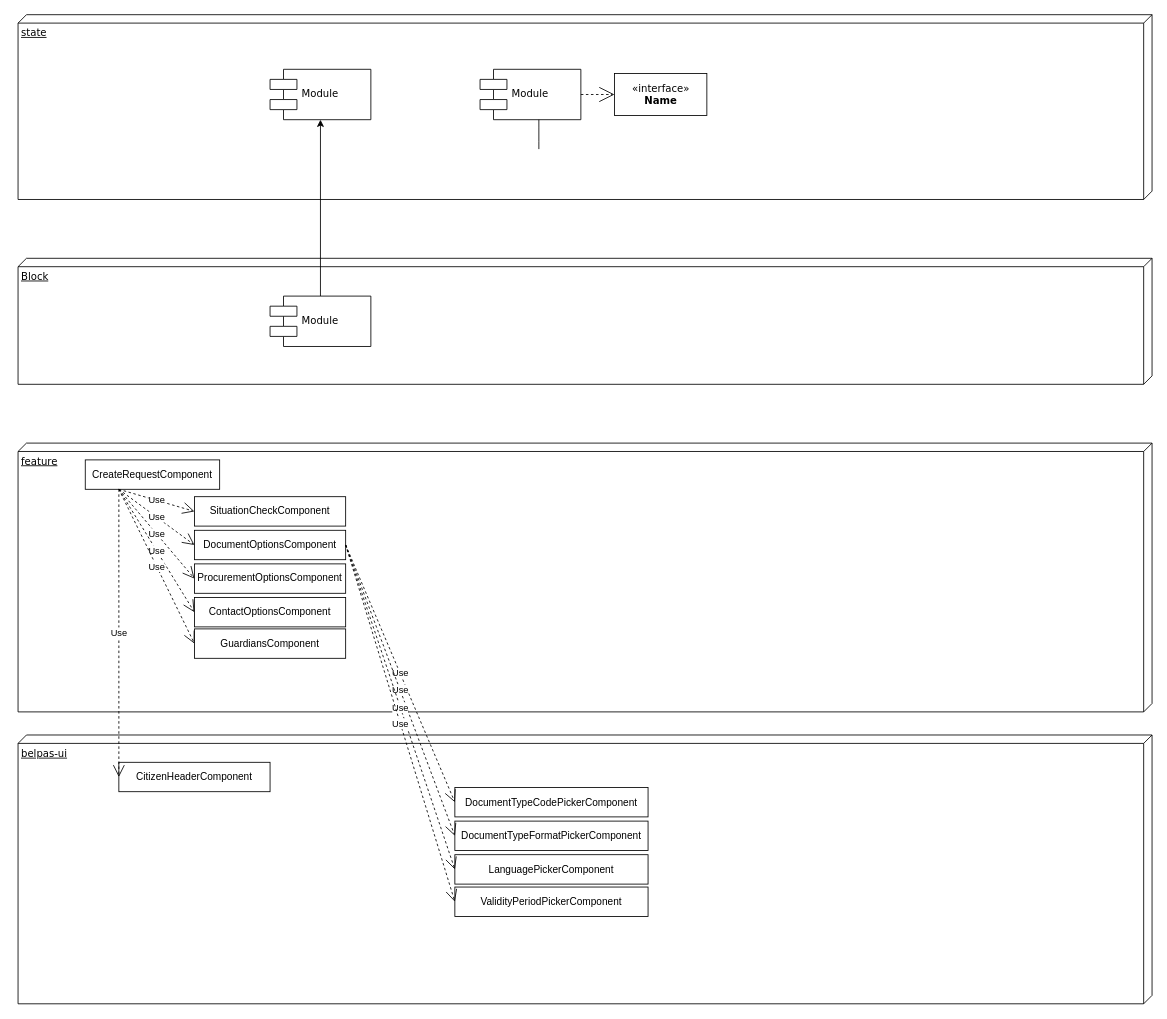
Before: Untitled Diagram.drawio in JohanHeyvaert/testrepo, a draw.io diagram. Source tidied: cells renumbered, new cells numbered last; positions are measured from the earlier drawing's top-left corner, leaving out a move shared by most shapes. Both pictures are drawn from the tidied source at 84%, with x=0, y=0 at pixel (18, 14).
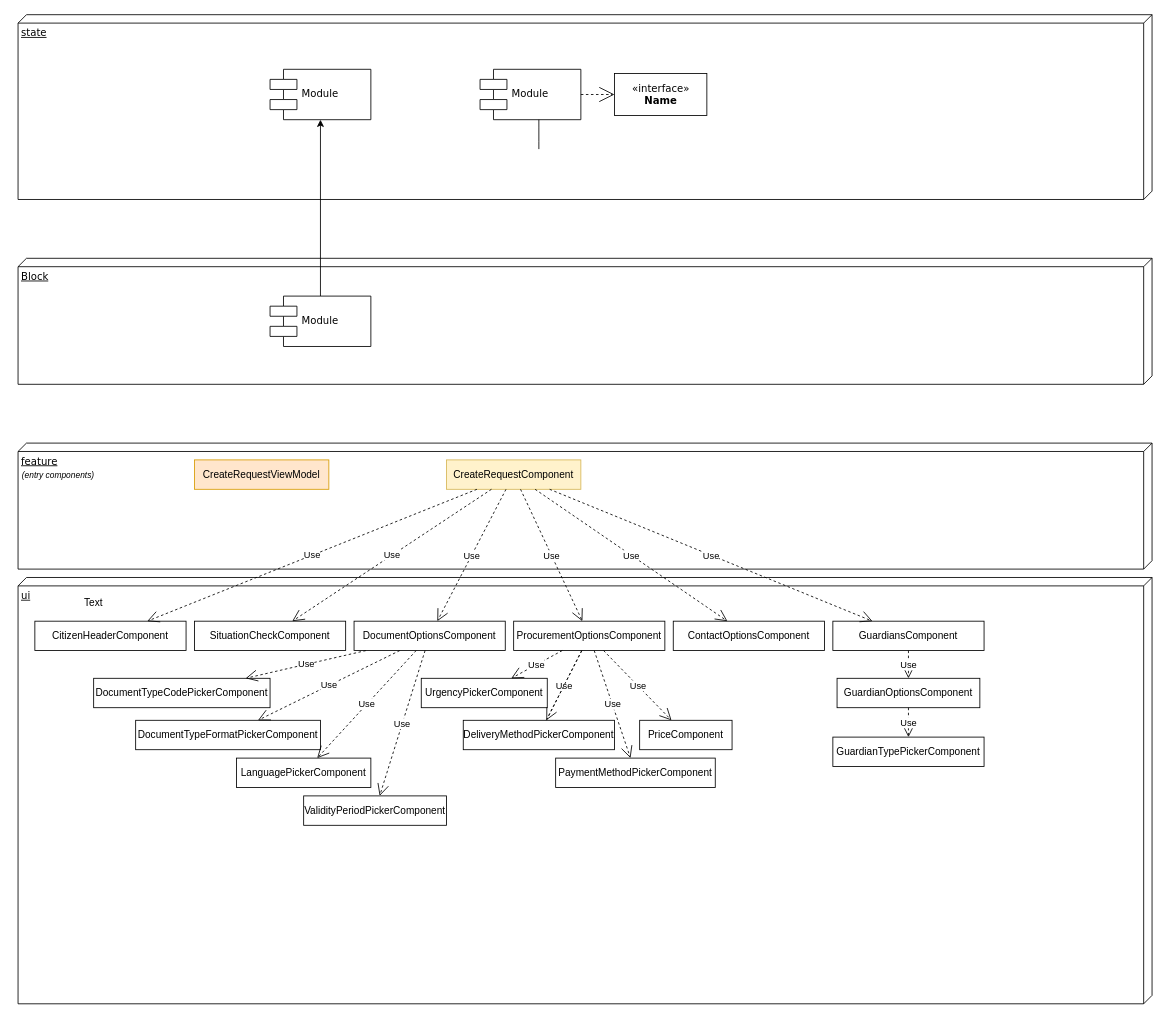
The same page after the edit.

What changed in the source:
```diff
@@
-    <mxCell id="2" value="belpas-ui" style="verticalAlign=top;align=left;spacingTop=8;spacingLeft=2;spacingRight=12;shape=cube;size=10;direction=south;fontStyle=4;html=1;shadow=0;comic=0;labelBackgroundColor=none;strokeWidth=1;fontFamily=Verdana;fontSize=12;" parent="1" vertex="1">
-      <mxGeometry y="857.5" width="1350" height="320" as="geometry" />
+    <mxCell id="2" value="ui" style="verticalAlign=top;align=left;spacingTop=8;spacingLeft=2;spacingRight=12;shape=cube;size=10;direction=south;fontStyle=4;html=1;shadow=0;comic=0;labelBackgroundColor=none;strokeWidth=1;fontFamily=Verdana;fontSize=12;" parent="1" vertex="1">
+      <mxGeometry y="670" width="1350" height="507.5" as="geometry" />
     </mxCell>
@@
     <mxCell id="4" value="feature" style="verticalAlign=top;align=left;spacingTop=8;spacingLeft=2;spacingRight=12;shape=cube;size=10;direction=south;fontStyle=4;html=1;shadow=0;comic=0;labelBackgroundColor=none;strokeWidth=1;fontFamily=Verdana;fontSize=12;" parent="1" vertex="1">
-      <mxGeometry y="510" width="1350" height="320" as="geometry" />
+      <mxGeometry y="510" width="1350" height="150" as="geometry" />
     </mxCell>
@@
-    <mxCell id="13" value="CreateRequestComponent" style="rounded=0;whiteSpace=wrap;html=1;sketch=0;" parent="1" vertex="1">
-      <mxGeometry x="80" y="530" width="160" height="35" as="geometry" />
+    <mxCell id="13" value="CreateRequestComponent" style="rounded=0;whiteSpace=wrap;html=1;sketch=0;fillColor=#fff2cc;strokeColor=#d6b656;" parent="1" vertex="1">
+      <mxGeometry x="510" y="530" width="160" height="35" as="geometry" />
     </mxCell>
     <mxCell id="14" value="DocumentOptionsComponent" style="rounded=0;whiteSpace=wrap;html=1;sketch=0;" parent="1" vertex="1">
-      <mxGeometry x="210" y="613.8" width="180" height="35" as="geometry" />
+      <mxGeometry x="400" y="722" width="180" height="35" as="geometry" />
     </mxCell>
     <mxCell id="15" value="SituationCheckComponent" style="rounded=0;whiteSpace=wrap;html=1;sketch=0;" parent="1" vertex="1">
-      <mxGeometry x="210" y="573.8" width="180" height="35" as="geometry" />
+      <mxGeometry x="210" y="722" width="180" height="35" as="geometry" />
     </mxCell>
-    <mxCell id="16" value="Use" style="endArrow=open;endSize=12;dashed=1;html=1;entryX=0;entryY=0.5;entryDx=0;entryDy=0;exitX=0.25;exitY=1;exitDx=0;exitDy=0;" parent="1" edge="1" source="13" target="15">
+    <mxCell id="16" value="Use" style="endArrow=open;endSize=12;dashed=1;html=1;" parent="1" edge="1" source="13" target="15">
       <mxGeometry relative="1" as="geometry" />
     </mxCell>
-    <mxCell id="17" value="Use" style="endArrow=open;endSize=12;dashed=1;html=1;entryX=0;entryY=0.5;entryDx=0;entryDy=0;exitX=0.25;exitY=1;exitDx=0;exitDy=0;" parent="1" edge="1" source="13" target="14">
+    <mxCell id="17" value="Use" style="endArrow=open;endSize=12;dashed=1;html=1;" parent="1" edge="1" source="13" target="14">
       <mxGeometry relative="1" as="geometry" />
     </mxCell>
     <mxCell id="18" value="ProcurementOptionsComponent" style="rounded=0;whiteSpace=wrap;html=1;sketch=0;" parent="1" vertex="1">
-      <mxGeometry x="210" y="653.8" width="180" height="35" as="geometry" />
+      <mxGeometry x="590" y="722" width="180" height="35" as="geometry" />
     </mxCell>
-    <mxCell id="19" value="Use" style="endArrow=open;endSize=12;dashed=1;html=1;entryX=0;entryY=0.5;entryDx=0;entryDy=0;exitX=0.25;exitY=1;exitDx=0;exitDy=0;" parent="1" edge="1" source="13" target="18">
+    <mxCell id="19" value="Use" style="endArrow=open;endSize=12;dashed=1;html=1;" parent="1" edge="1" source="13" target="18">
       <mxGeometry relative="1" as="geometry" />
     </mxCell>
     <mxCell id="20" value="CitizenHeaderComponent" style="rounded=0;whiteSpace=wrap;html=1;sketch=0;" parent="1" vertex="1">
-      <mxGeometry x="120" y="890" width="180" height="35" as="geometry" />
+      <mxGeometry x="20" y="722" width="180" height="35" as="geometry" />
     </mxCell>
-    <mxCell id="21" value="Use" style="endArrow=open;endSize=12;dashed=1;html=1;entryX=0;entryY=0.5;entryDx=0;entryDy=0;exitX=0.25;exitY=1;exitDx=0;exitDy=0;" parent="1" edge="1" source="13" target="20">
+    <mxCell id="21" value="Use" style="endArrow=open;endSize=12;dashed=1;html=1;" parent="1" edge="1" source="13" target="20">
       <mxGeometry relative="1" as="geometry" />
     </mxCell>
     <mxCell id="22" value="ContactOptionsComponent" style="rounded=0;whiteSpace=wrap;html=1;sketch=0;" parent="1" vertex="1">
-      <mxGeometry x="210" y="693.8" width="180" height="35" as="geometry" />
+      <mxGeometry x="780" y="722" width="180" height="35" as="geometry" />
     </mxCell>
-    <mxCell id="23" value="Use" style="endArrow=open;endSize=12;dashed=1;html=1;entryX=0;entryY=0.5;entryDx=0;entryDy=0;exitX=0.25;exitY=1;exitDx=0;exitDy=0;" parent="1" edge="1" source="13" target="22">
+    <mxCell id="23" value="Use" style="endArrow=open;endSize=12;dashed=1;html=1;" parent="1" edge="1" source="13" target="22">
       <mxGeometry relative="1" as="geometry" />
     </mxCell>
     <mxCell id="24" value="GuardiansComponent" style="rounded=0;whiteSpace=wrap;html=1;sketch=0;" parent="1" vertex="1">
-      <mxGeometry x="210" y="731.2" width="180" height="35" as="geometry" />
+      <mxGeometry x="970" y="722" width="180" height="35" as="geometry" />
     </mxCell>
     <mxCell id="25" value="DocumentTypeCodePickerComponent" style="rounded=0;whiteSpace=wrap;html=1;sketch=0;" parent="1" vertex="1">
-      <mxGeometry x="520" y="920" width="230" height="35" as="geometry" />
+      <mxGeometry x="90" y="790" width="210" height="35" as="geometry" />
     </mxCell>
     <mxCell id="26" value="DocumentTypeFormatPickerComponent" style="rounded=0;whiteSpace=wrap;html=1;sketch=0;" parent="1" vertex="1">
-      <mxGeometry x="520" y="960" width="230" height="35" as="geometry" />
+      <mxGeometry x="140" y="840" width="220" height="35" as="geometry" />
     </mxCell>
     <mxCell id="27" value="LanguagePickerComponent" style="rounded=0;whiteSpace=wrap;html=1;sketch=0;" parent="1" vertex="1">
-      <mxGeometry x="520" y="1000" width="230" height="35" as="geometry" />
+      <mxGeometry x="260" y="885" width="160" height="35" as="geometry" />
     </mxCell>
     <mxCell id="28" value="ValidityPeriodPickerComponent" style="rounded=0;whiteSpace=wrap;html=1;sketch=0;" parent="1" vertex="1">
-      <mxGeometry x="520" y="1038.5" width="230" height="35" as="geometry" />
+      <mxGeometry x="340" y="930" width="170" height="35" as="geometry" />
     </mxCell>
-    <mxCell id="29" value="Use" style="endArrow=open;endSize=12;dashed=1;html=1;entryX=0;entryY=0.5;entryDx=0;entryDy=0;exitX=1;exitY=0.5;exitDx=0;exitDy=0;" parent="1" edge="1" source="14" target="25">
+    <mxCell id="29" value="Use" style="endArrow=open;endSize=12;dashed=1;html=1;" parent="1" edge="1" source="14" target="25">
       <mxGeometry relative="1" as="geometry" />
     </mxCell>
-    <mxCell id="30" value="Use" style="endArrow=open;endSize=12;dashed=1;html=1;entryX=0;entryY=0.5;entryDx=0;entryDy=0;exitX=1;exitY=0.5;exitDx=0;exitDy=0;" parent="1" edge="1" source="14" target="26">
+    <mxCell id="30" value="Use" style="endArrow=open;endSize=12;dashed=1;html=1;" parent="1" edge="1" source="14" target="26">
       <mxGeometry relative="1" as="geometry" />
     </mxCell>
-    <mxCell id="31" value="Use" style="endArrow=open;endSize=12;dashed=1;html=1;entryX=0;entryY=0.5;entryDx=0;entryDy=0;exitX=1;exitY=0.5;exitDx=0;exitDy=0;" parent="1" edge="1" source="14" target="27">
+    <mxCell id="31" value="Use" style="endArrow=open;endSize=12;dashed=1;html=1;" parent="1" edge="1" source="14" target="27">
       <mxGeometry relative="1" as="geometry" />
     </mxCell>
-    <mxCell id="32" value="Use" style="endArrow=open;endSize=12;dashed=1;html=1;entryX=0;entryY=0.5;entryDx=0;entryDy=0;exitX=1;exitY=0.5;exitDx=0;exitDy=0;" parent="1" edge="1" source="14" target="28">
+    <mxCell id="32" value="Use" style="endArrow=open;endSize=12;dashed=1;html=1;" parent="1" edge="1" source="14" target="28">
       <mxGeometry relative="1" as="geometry" />
     </mxCell>
-    <mxCell id="33" value="Use" style="endArrow=open;endSize=12;dashed=1;html=1;entryX=0;entryY=0.5;entryDx=0;entryDy=0;exitX=0.25;exitY=1;exitDx=0;exitDy=0;" parent="1" edge="1" source="13" target="24">
+    <mxCell id="33" value="Use" style="endArrow=open;endSize=12;dashed=1;html=1;" parent="1" edge="1" source="13" target="24">
       <mxGeometry relative="1" as="geometry" />
     </mxCell>
+    <mxCell id="34" value="UrgencyPickerComponent" style="rounded=0;whiteSpace=wrap;html=1;sketch=0;" parent="1" vertex="1">
+      <mxGeometry x="480" y="790" width="150" height="35" as="geometry" />
+    </mxCell>
+    <mxCell id="35" value="PaymentMethodPickerComponent" style="rounded=0;whiteSpace=wrap;html=1;sketch=0;" parent="1" vertex="1">
+      <mxGeometry x="640" y="885" width="190" height="35" as="geometry" />
+    </mxCell>
+    <mxCell id="36" value="PriceComponent" style="rounded=0;whiteSpace=wrap;html=1;sketch=0;" parent="1" vertex="1">
+      <mxGeometry x="740" y="840" width="110" height="35" as="geometry" />
+    </mxCell>
+    <mxCell id="37" value="Use" style="endArrow=open;endSize=12;dashed=1;html=1;" parent="1" edge="1" source="18" target="36">
+      <mxGeometry relative="1" as="geometry" />
+    </mxCell>
+    <mxCell id="38" value="Use" style="endArrow=open;endSize=12;dashed=1;html=1;startArrow=none;" parent="1" edge="1" source="18" target="35">
+      <mxGeometry relative="1" as="geometry" />
+    </mxCell>
+    <mxCell id="39" value="Use" style="endArrow=open;endSize=12;dashed=1;html=1;" parent="1" edge="1" source="18" target="46">
+      <mxGeometry relative="1" as="geometry" />
+    </mxCell>
+    <mxCell id="40" value="Use" style="endArrow=open;endSize=12;dashed=1;html=1;" parent="1" edge="1" source="18" target="34">
+      <mxGeometry relative="1" as="geometry" />
+    </mxCell>
+    <mxCell id="41" value="GuardianOptionsComponent" style="rounded=0;whiteSpace=wrap;html=1;sketch=0;" parent="1" vertex="1">
+      <mxGeometry x="975" y="790" width="170" height="35" as="geometry" />
+    </mxCell>
+    <mxCell id="42" value="Use" style="endArrow=open;endSize=12;dashed=1;html=1;" parent="1" edge="1" source="24" target="41">
+      <mxGeometry relative="1" as="geometry" />
+    </mxCell>
+    <mxCell id="43" value="Text" style="text;html=1;strokeColor=none;fillColor=none;align=center;verticalAlign=middle;whiteSpace=wrap;rounded=0;sketch=0;" parent="1" vertex="1">
+      <mxGeometry x="70" y="690" width="40" height="20" as="geometry" />
+    </mxCell>
+    <mxCell id="44" value="(entry components)" style="text;html=1;strokeColor=none;fillColor=none;align=center;verticalAlign=middle;whiteSpace=wrap;rounded=0;sketch=0;fontStyle=2;fontSize=10;" parent="1" vertex="1">
+      <mxGeometry x="-4" y="537.5" width="104" height="20" as="geometry" />
+    </mxCell>
+    <mxCell id="45" value="CreateRequestViewModel" style="rounded=0;whiteSpace=wrap;html=1;sketch=0;fillColor=#ffe6cc;strokeColor=#d79b00;" parent="1" vertex="1">
+      <mxGeometry x="210" y="530" width="160" height="35" as="geometry" />
+    </mxCell>
+    <mxCell id="46" value="DeliveryMethodPickerComponent" style="rounded=0;whiteSpace=wrap;html=1;sketch=0;" parent="1" vertex="1">
+      <mxGeometry x="530" y="840" width="180" height="35" as="geometry" />
+    </mxCell>
+    <mxCell id="47" style="endArrow=none;endSize=12;dashed=1;html=1;" parent="1" edge="1" source="18" target="46">
+      <mxGeometry relative="1" as="geometry" />
+    </mxCell>
+    <mxCell id="48" value="GuardianTypePickerComponent" style="rounded=0;whiteSpace=wrap;html=1;sketch=0;" parent="1" vertex="1">
+      <mxGeometry x="970" y="860" width="180" height="35" as="geometry" />
+    </mxCell>
+    <mxCell id="49" value="Use" style="endArrow=open;endSize=12;dashed=1;html=1;" parent="1" edge="1" source="41" target="48">
+      <mxGeometry relative="1" as="geometry" />
+    </mxCell>
```
